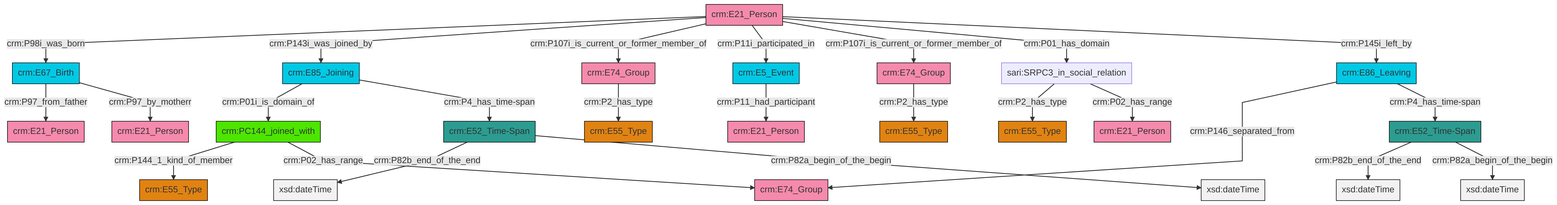
Above: et/personCSV/ttl/mmd/png/Person_Actor_Relations.png in swiss-art-research-net/docs.swissartresearch (Mermaid), before the change. Its source is kept beside it as et/personCSV/ttl/mmd/Person_Actor_Relations.ttl.mmd.
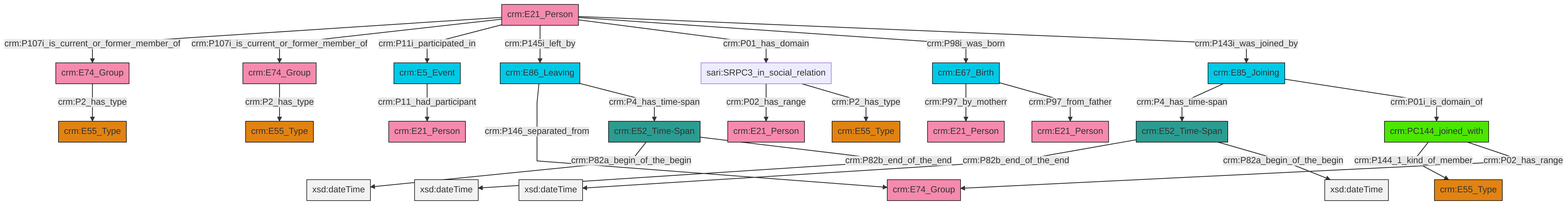
Above is the later version.

What changed in the source:
```diff
@@ -13,27 +13,27 @@
 classDef PC_Classes fill:#4ce600, stroke:#000000;
 classDef Multi fill:#cccccc,stroke:#000000;
 
-6["crm:E21_Person"]:::Actor -->|crm:P98i_was_born| 7["crm:E67_Birth"]:::Temporal_Entity
-4["crm:E52_Time-Span"]:::Time-Span -->|crm:P82b_end_of_the_end| 8[xsd:dateTime]:::Literal
-15["sari:SRPC3_in_social_relation"]:::Default -->|crm:P2_has_type| 0["crm:E55_Type"]:::Type
-16["crm:PC144_joined_with"]:::PC_Classes -->|crm:P144_1_kind_of_member| 17["crm:E55_Type"]:::Type
-20["crm:E74_Group"]:::Actor -->|crm:P2_has_type| 9["crm:E55_Type"]:::Type
-16["crm:PC144_joined_with"]:::PC_Classes -->|crm:P02_has_range| 21["crm:E74_Group"]:::Actor
-6["crm:E21_Person"]:::Actor -->|crm:P143i_was_joined_by| 22["crm:E85_Joining"]:::Temporal_Entity
-6["crm:E21_Person"]:::Actor -->|crm:P107i_is_current_or_former_member_of| 20["crm:E74_Group"]:::Actor
-6["crm:E21_Person"]:::Actor -->|crm:P11i_participated_in| 2["crm:E5_Event"]:::Temporal_Entity
-6["crm:E21_Person"]:::Actor -->|crm:P107i_is_current_or_former_member_of| 11["crm:E74_Group"]:::Actor
-4["crm:E52_Time-Span"]:::Time-Span -->|crm:P82a_begin_of_the_begin| 25[xsd:dateTime]:::Literal
-22["crm:E85_Joining"]:::Temporal_Entity -->|crm:P01i_is_domain_of| 16["crm:PC144_joined_with"]:::PC_Classes
-7["crm:E67_Birth"]:::Temporal_Entity -->|crm:P97_from_father| 18["crm:E21_Person"]:::Actor
-22["crm:E85_Joining"]:::Temporal_Entity -->|crm:P4_has_time-span| 28["crm:E52_Time-Span"]:::Time-Span
-13["crm:E86_Leaving"]:::Temporal_Entity -->|crm:P146_separated_from| 21["crm:E74_Group"]:::Actor
-15["sari:SRPC3_in_social_relation"]:::Default -->|crm:P02_has_range| 29["crm:E21_Person"]:::Actor
-11["crm:E74_Group"]:::Actor -->|crm:P2_has_type| 26["crm:E55_Type"]:::Type
-6["crm:E21_Person"]:::Actor -->|crm:P01_has_domain| 15["sari:SRPC3_in_social_relation"]:::Default
-13["crm:E86_Leaving"]:::Temporal_Entity -->|crm:P4_has_time-span| 4["crm:E52_Time-Span"]:::Time-Span
-6["crm:E21_Person"]:::Actor -->|crm:P145i_left_by| 13["crm:E86_Leaving"]:::Temporal_Entity
-28["crm:E52_Time-Span"]:::Time-Span -->|crm:P82b_end_of_the_end| 40[xsd:dateTime]:::Literal
-7["crm:E67_Birth"]:::Temporal_Entity -->|crm:P97_by_motherr| 34["crm:E21_Person"]:::Actor
-28["crm:E52_Time-Span"]:::Time-Span -->|crm:P82a_begin_of_the_begin| 43[xsd:dateTime]:::Literal
-2["crm:E5_Event"]:::Temporal_Entity -->|crm:P11_had_participant| 45["crm:E21_Person"]:::Actor
+4["crm:E74_Group"]:::Actor -->|crm:P2_has_type| 6["crm:E55_Type"]:::Type
+7["crm:E52_Time-Span"]:::Time-Span -->|crm:P82b_end_of_the_end| 8[xsd:dateTime]:::Literal
+17["crm:E21_Person"]:::Actor -->|crm:P107i_is_current_or_former_member_of| 4["crm:E74_Group"]:::Actor
+18["sari:SRPC3_in_social_relation"]:::Default -->|crm:P02_has_range| 19["crm:E21_Person"]:::Actor
+15["crm:E74_Group"]:::Actor -->|crm:P2_has_type| 11["crm:E55_Type"]:::Type
+20["crm:PC144_joined_with"]:::PC_Classes -->|crm:P144_1_kind_of_member| 21["crm:E55_Type"]:::Type
+22["crm:E86_Leaving"]:::Temporal_Entity -->|crm:P146_separated_from| 23["crm:E74_Group"]:::Actor
+18["sari:SRPC3_in_social_relation"]:::Default -->|crm:P2_has_type| 24["crm:E55_Type"]:::Type
+26["crm:E67_Birth"]:::Temporal_Entity -->|crm:P97_by_motherr| 27["crm:E21_Person"]:::Actor
+17["crm:E21_Person"]:::Actor -->|crm:P107i_is_current_or_former_member_of| 15["crm:E74_Group"]:::Actor
+13["crm:E5_Event"]:::Temporal_Entity -->|crm:P11_had_participant| 0["crm:E21_Person"]:::Actor
+17["crm:E21_Person"]:::Actor -->|crm:P11i_participated_in| 13["crm:E5_Event"]:::Temporal_Entity
+9["crm:E52_Time-Span"]:::Time-Span -->|crm:P82a_begin_of_the_begin| 30[xsd:dateTime]:::Literal
+17["crm:E21_Person"]:::Actor -->|crm:P145i_left_by| 22["crm:E86_Leaving"]:::Temporal_Entity
+7["crm:E52_Time-Span"]:::Time-Span -->|crm:P82a_begin_of_the_begin| 38[xsd:dateTime]:::Literal
+2["crm:E85_Joining"]:::Temporal_Entity -->|crm:P4_has_time-span| 7["crm:E52_Time-Span"]:::Time-Span
+2["crm:E85_Joining"]:::Temporal_Entity -->|crm:P01i_is_domain_of| 20["crm:PC144_joined_with"]:::PC_Classes
+26["crm:E67_Birth"]:::Temporal_Entity -->|crm:P97_from_father| 33["crm:E21_Person"]:::Actor
+17["crm:E21_Person"]:::Actor -->|crm:P01_has_domain| 18["sari:SRPC3_in_social_relation"]:::Default
+17["crm:E21_Person"]:::Actor -->|crm:P98i_was_born| 26["crm:E67_Birth"]:::Temporal_Entity
+22["crm:E86_Leaving"]:::Temporal_Entity -->|crm:P4_has_time-span| 9["crm:E52_Time-Span"]:::Time-Span
+9["crm:E52_Time-Span"]:::Time-Span -->|crm:P82b_end_of_the_end| 46[xsd:dateTime]:::Literal
+17["crm:E21_Person"]:::Actor -->|crm:P143i_was_joined_by| 2["crm:E85_Joining"]:::Temporal_Entity
+20["crm:PC144_joined_with"]:::PC_Classes -->|crm:P02_has_range| 23["crm:E74_Group"]:::Actor
```
